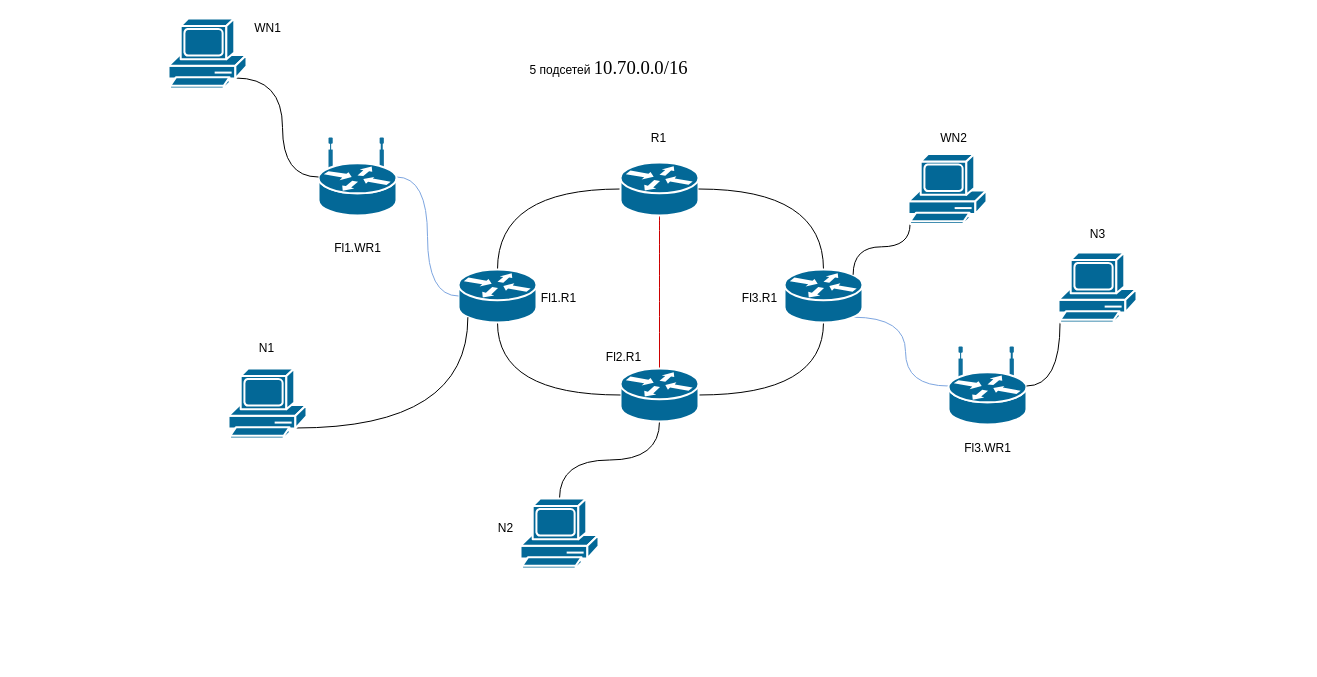
This is Untitled Diagram.drawio from Begmurod/Sxema_set, a draw.io file, before an edit. Source tidied: cells renumbered, new cells numbered last; positions are measured from the earlier drawing's top-left corner, leaving out a move shared by most shapes. Both pictures are drawn from the tidied source at 100%, with x=0, y=0 at pixel (168, 18).
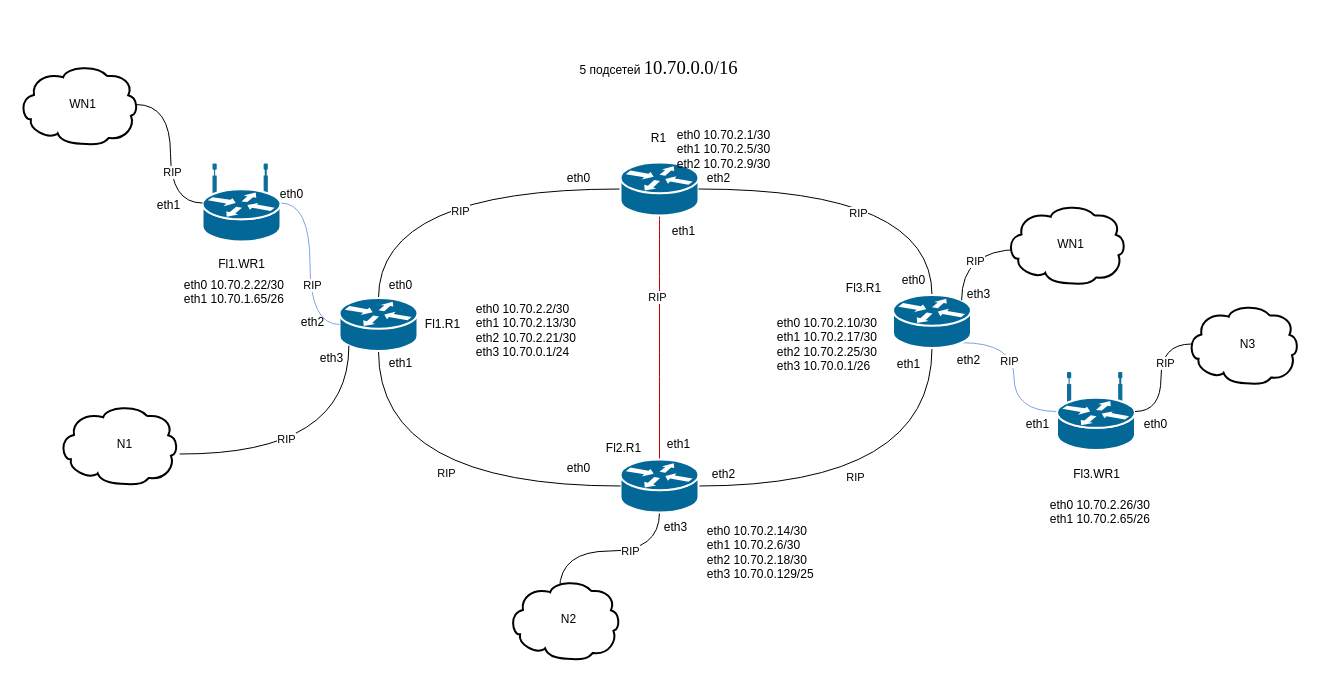
Above is the later version.

Unchanged cells that the change refers to:
```xml
<mxCell id="2" style="edgeStyle=orthogonalEdgeStyle;curved=1;rounded=0;jettySize=auto;html=1;exitX=0;exitY=0.5;exitDx=0;exitDy=0;exitPerimeter=0;endArrow=none;endFill=0;" parent="1" edge="1" source="4" target="13">
  <mxGeometry relative="1" as="geometry" />
</mxCell>
<mxCell id="3" style="edgeStyle=orthogonalEdgeStyle;curved=1;rounded=0;jettySize=auto;html=1;exitX=0.5;exitY=1;exitDx=0;exitDy=0;exitPerimeter=0;entryX=0.5;entryY=0;entryDx=0;entryDy=0;entryPerimeter=0;endArrow=none;endFill=0;strokeColor=#CC0000;" parent="1" edge="1" source="4" target="8">
  <mxGeometry relative="1" as="geometry" />
</mxCell>
<mxCell id="6" style="edgeStyle=orthogonalEdgeStyle;curved=1;rounded=0;jettySize=auto;html=1;exitX=1;exitY=0.5;exitDx=0;exitDy=0;exitPerimeter=0;entryX=0.5;entryY=1;entryDx=0;entryDy=0;entryPerimeter=0;endArrow=none;endFill=0;" parent="1" edge="1" source="8" target="11">
  <mxGeometry relative="1" as="geometry" />
</mxCell>
<mxCell id="9" style="edgeStyle=orthogonalEdgeStyle;curved=1;rounded=0;jettySize=auto;html=1;exitX=0.5;exitY=0;exitDx=0;exitDy=0;exitPerimeter=0;entryX=1;entryY=0.5;entryDx=0;entryDy=0;entryPerimeter=0;endArrow=none;endFill=0;" parent="1" edge="1" source="11" target="4">
  <mxGeometry relative="1" as="geometry" />
</mxCell>
<mxCell id="10" style="edgeStyle=orthogonalEdgeStyle;curved=1;rounded=0;jettySize=auto;html=1;exitX=0.88;exitY=0.9;exitDx=0;exitDy=0;exitPerimeter=0;entryX=0;entryY=0.5;entryDx=0;entryDy=0;entryPerimeter=0;endArrow=none;endFill=0;strokeColor=#7EA6E0;" parent="1" edge="1" source="11" target="16">
  <mxGeometry relative="1" as="geometry" />
</mxCell>
<mxCell id="12" style="edgeStyle=orthogonalEdgeStyle;curved=1;rounded=0;jettySize=auto;html=1;exitX=0.5;exitY=1;exitDx=0;exitDy=0;exitPerimeter=0;entryX=0;entryY=0.5;entryDx=0;entryDy=0;entryPerimeter=0;endArrow=none;endFill=0;" parent="1" edge="1" source="13" target="8">
  <mxGeometry relative="1" as="geometry" />
</mxCell>
<mxCell id="14" style="edgeStyle=orthogonalEdgeStyle;curved=1;rounded=0;jettySize=auto;html=1;exitX=1;exitY=0.5;exitDx=0;exitDy=0;exitPerimeter=0;entryX=0;entryY=0.5;entryDx=0;entryDy=0;entryPerimeter=0;endArrow=none;endFill=0;strokeColor=#7EA6E0;" parent="1" edge="1" source="15" target="13">
  <mxGeometry relative="1" as="geometry" />
</mxCell>
```

Change to the diagram source:
```diff
@@
+    <mxCell id="38" value="RIP" style="edgeLabel;html=1;align=center;verticalAlign=middle;" parent="2" vertex="1">
+      <mxGeometry x="-0.08" y="22" relative="1" as="geometry" />
+    </mxCell>
@@
+    <mxCell id="39" value="RIP" style="edgeLabel;html=1;align=center;verticalAlign=middle;" parent="3" vertex="1">
+      <mxGeometry x="-0.33" y="-3" relative="1" as="geometry">
+        <mxPoint y="-1" as="offset" />
+      </mxGeometry>
+    </mxCell>
@@
     <mxCell id="5" style="edgeStyle=orthogonalEdgeStyle;rounded=0;jettySize=auto;html=1;exitX=0.5;exitY=0;exitDx=0;exitDy=0;exitPerimeter=0;" parent="1" edge="1" source="8">
       <mxGeometry relative="1" as="geometry">
-        <mxPoint x="489.4" y="371" as="targetPoint" />
+        <mxPoint x="489.4" y="462" as="targetPoint" />
       </mxGeometry>
     </mxCell>
@@
+    <mxCell id="40" value="RIP" style="edgeLabel;html=1;align=center;verticalAlign=middle;" parent="6" vertex="1">
+      <mxGeometry x="-0.16" y="9" relative="1" as="geometry" />
+    </mxCell>
-    <mxCell id="7" style="edgeStyle=orthogonalEdgeStyle;curved=1;rounded=0;jettySize=auto;html=1;exitX=0.5;exitY=1;exitDx=0;exitDy=0;exitPerimeter=0;entryX=0.5;entryY=0;entryDx=0;entryDy=0;entryPerimeter=0;endArrow=none;endFill=0;strokeColor=#000000;" parent="1" edge="1" source="8" target="25">
-      <mxGeometry relative="1" as="geometry" />
+    <mxCell id="7" style="edgeStyle=orthogonalEdgeStyle;curved=1;rounded=0;jettySize=auto;html=1;exitX=0.5;exitY=1;exitDx=0;exitDy=0;exitPerimeter=0;entryX=0.5;entryY=0;entryDx=0;entryDy=0;entryPerimeter=0;endArrow=none;endFill=0;strokeColor=#000000;" parent="1" edge="1" source="8">
+      <mxGeometry relative="1" as="geometry">
+        <mxPoint x="391" y="571" as="targetPoint" />
+      </mxGeometry>
     </mxCell>
+    <mxCell id="41" value="RIP" style="edgeLabel;html=1;align=center;verticalAlign=middle;" parent="7" vertex="1">
+      <mxGeometry x="-0.23" relative="1" as="geometry" />
+    </mxCell>
     <mxCell id="8" style="shape=mxgraph.cisco.routers.router;html=1;dashed=0;fillColor=#036897;strokeColor=#ffffff;strokeWidth=2;verticalLabelPosition=bottom;verticalAlign=top;align=center;outlineConnect=0;" parent="1" vertex="1">
-      <mxGeometry x="452" y="350" width="78" height="53" as="geometry" />
+      <mxGeometry x="452" y="441" width="78" height="53" as="geometry" />
     </mxCell>
@@
+    <mxCell id="42" value="RIP" style="edgeLabel;html=1;align=center;verticalAlign=middle;" parent="9" vertex="1">
+      <mxGeometry x="0.06" y="24" relative="1" as="geometry" />
+    </mxCell>
@@
+    <mxCell id="43" value="RIP" style="edgeLabel;html=1;align=center;verticalAlign=middle;" parent="10" vertex="1">
+      <mxGeometry x="-0.13" y="-5" relative="1" as="geometry" />
+    </mxCell>
     <mxCell id="11" style="shape=mxgraph.cisco.routers.router;html=1;dashed=0;fillColor=#036897;strokeColor=#ffffff;strokeWidth=2;verticalLabelPosition=bottom;verticalAlign=top;align=center;outlineConnect=0;" parent="1" vertex="1">
-      <mxGeometry x="616" y="251" width="78" height="53" as="geometry" />
+      <mxGeometry x="724.5" y="276.5" width="78" height="53" as="geometry" />
     </mxCell>
@@
+    <mxCell id="44" value="RIP" style="edgeLabel;html=1;align=center;verticalAlign=middle;" parent="12" vertex="1">
+      <mxGeometry x="0.07" y="13" relative="1" as="geometry" />
+    </mxCell>
     <mxCell id="13" style="shape=mxgraph.cisco.routers.router;html=1;dashed=0;fillColor=#036897;strokeColor=#ffffff;strokeWidth=2;verticalLabelPosition=bottom;verticalAlign=top;align=center;outlineConnect=0;" parent="1" vertex="1">
-      <mxGeometry x="290" y="251" width="78" height="53" as="geometry" />
+      <mxGeometry x="171" y="279.5" width="78" height="53" as="geometry" />
     </mxCell>
@@
+    <mxCell id="45" value="RIP" style="edgeLabel;html=1;align=center;verticalAlign=middle;" parent="14" vertex="1">
+      <mxGeometry x="0.23" y="2" relative="1" as="geometry" />
+    </mxCell>
     <mxCell id="15" style="shape=mxgraph.cisco.routers.wireless_router;html=1;dashed=0;fillColor=#036897;strokeColor=#ffffff;strokeWidth=2;verticalLabelPosition=bottom;verticalAlign=top;align=center;outlineConnect=0;" parent="1" vertex="1">
-      <mxGeometry x="150" y="120" width="78" height="77" as="geometry" />
+      <mxGeometry x="34" y="146" width="78" height="77" as="geometry" />
     </mxCell>
     <mxCell id="16" style="shape=mxgraph.cisco.routers.wireless_router;html=1;dashed=0;fillColor=#036897;strokeColor=#ffffff;strokeWidth=2;verticalLabelPosition=bottom;verticalAlign=top;align=center;outlineConnect=0;" parent="1" vertex="1">
-      <mxGeometry x="780" y="329" width="78" height="77" as="geometry" />
+      <mxGeometry x="888.5" y="354.5" width="78" height="77" as="geometry" />
     </mxCell>
@@
     <mxCell id="18" value="Fl1.R1" style="text;html=1;align=center;verticalAlign=middle;" parent="1" vertex="1">
-      <mxGeometry x="365" y="270" width="50" height="20" as="geometry" />
+      <mxGeometry x="249" y="296" width="50" height="20" as="geometry" />
     </mxCell>
     <mxCell id="19" value="Fl2.R1" style="text;html=1;align=center;verticalAlign=middle;fillColor=none;strokeColor=none;rounded=0;" parent="1" vertex="1">
-      <mxGeometry x="430" y="329" width="50" height="20" as="geometry" />
+      <mxGeometry x="430" y="420" width="50" height="20" as="geometry" />
     </mxCell>
     <mxCell id="20" value="Fl3.R1" style="text;html=1;align=center;verticalAlign=middle;fillColor=none;strokeColor=none;rounded=0;" parent="1" vertex="1">
-      <mxGeometry x="566" y="270" width="50" height="20" as="geometry" />
+      <mxGeometry x="670" y="260" width="50" height="20" as="geometry" />
     </mxCell>
     <mxCell id="21" value="Fl1.WR1" style="text;html=1;align=center;verticalAlign=middle;fillColor=none;strokeColor=none;rounded=0;" parent="1" vertex="1">
-      <mxGeometry x="159" y="220" width="60" height="20" as="geometry" />
+      <mxGeometry x="43" y="235.5" width="60" height="20" as="geometry" />
     </mxCell>
     <mxCell id="22" value="Fl3.WR1" style="text;html=1;align=center;verticalAlign=middle;fillColor=none;strokeColor=none;rounded=0;" parent="1" vertex="1">
-      <mxGeometry x="789" y="420" width="60" height="20" as="geometry" />
+      <mxGeometry x="897.5" y="445.5" width="60" height="20" as="geometry" />
     </mxCell>
-    <mxCell id="23" style="edgeStyle=orthogonalEdgeStyle;curved=1;rounded=0;jettySize=auto;html=1;exitX=0.86;exitY=0.85;exitDx=0;exitDy=0;exitPerimeter=0;entryX=0.12;entryY=0.9;entryDx=0;entryDy=0;entryPerimeter=0;endArrow=none;endFill=0;strokeColor=#000000;" parent="1" edge="1" source="24" target="13">
-      <mxGeometry relative="1" as="geometry" />
+    <mxCell id="23" style="edgeStyle=orthogonalEdgeStyle;curved=1;rounded=0;jettySize=auto;html=1;exitX=0.86;exitY=0.85;exitDx=0;exitDy=0;exitPerimeter=0;entryX=0.12;entryY=0.9;entryDx=0;entryDy=0;entryPerimeter=0;endArrow=none;endFill=0;strokeColor=#000000;" parent="1" edge="1" target="13">
+      <mxGeometry relative="1" as="geometry">
+        <mxPoint x="11.1" y="435.5" as="sourcePoint" />
+      </mxGeometry>
     </mxCell>
-    <mxCell id="24" style="shape=mxgraph.cisco.computers_and_peripherals.pc;html=1;dashed=0;fillColor=#036897;strokeColor=#ffffff;strokeWidth=2;verticalLabelPosition=bottom;verticalAlign=top;align=center;outlineConnect=0;" parent="1" vertex="1">
-      <mxGeometry x="60" y="350" width="78" height="70" as="geometry" />
-    </mxCell>
-    <mxCell id="25" style="shape=mxgraph.cisco.computers_and_peripherals.pc;html=1;dashed=0;fillColor=#036897;strokeColor=#ffffff;strokeWidth=2;verticalLabelPosition=bottom;verticalAlign=top;align=center;outlineConnect=0;" parent="1" vertex="1">
-      <mxGeometry x="352" y="480" width="78" height="70" as="geometry" />
-    </mxCell>
+    <mxCell id="46" value="RIP" style="edgeLabel;html=1;align=center;verticalAlign=middle;" parent="23" vertex="1">
+      <mxGeometry x="-0.24" y="15" relative="1" as="geometry" />
+    </mxCell>
-    <mxCell id="26" style="edgeStyle=orthogonalEdgeStyle;curved=1;rounded=0;jettySize=auto;html=1;exitX=0.86;exitY=0.85;exitDx=0;exitDy=0;exitPerimeter=0;entryX=0;entryY=0.5;entryDx=0;entryDy=0;entryPerimeter=0;endArrow=none;endFill=0;strokeColor=#000000;" parent="1" edge="1" source="27" target="15">
+    <mxCell id="26" style="edgeStyle=orthogonalEdgeStyle;curved=1;rounded=0;jettySize=auto;html=1;exitX=0.98;exitY=0.5;exitDx=0;exitDy=0;exitPerimeter=0;entryX=0;entryY=0.5;entryDx=0;entryDy=0;entryPerimeter=0;endArrow=none;endFill=0;strokeColor=#000000;" parent="1" edge="1" source="50" target="15">
       <mxGeometry relative="1" as="geometry" />
     </mxCell>
-    <mxCell id="27" style="shape=mxgraph.cisco.computers_and_peripherals.pc;html=1;dashed=0;fillColor=#036897;strokeColor=#ffffff;strokeWidth=2;verticalLabelPosition=bottom;verticalAlign=top;align=center;outlineConnect=0;" parent="1" vertex="1">
-      <mxGeometry width="78" height="70" as="geometry" />
-    </mxCell>
+    <mxCell id="47" value="RIP" style="edgeLabel;html=1;align=center;verticalAlign=middle;" parent="26" vertex="1">
+      <mxGeometry x="0.24" y="1" relative="1" as="geometry" />
+    </mxCell>
-    <mxCell id="28" style="edgeStyle=orthogonalEdgeStyle;curved=1;rounded=0;jettySize=auto;html=1;exitX=0.02;exitY=1;exitDx=0;exitDy=0;exitPerimeter=0;entryX=0.88;entryY=0.1;entryDx=0;entryDy=0;entryPerimeter=0;endArrow=none;endFill=0;" parent="1" edge="1" source="29" target="11">
-      <mxGeometry relative="1" as="geometry" />
+    <mxCell id="28" style="edgeStyle=orthogonalEdgeStyle;curved=1;rounded=0;jettySize=auto;html=1;exitX=0.02;exitY=1;exitDx=0;exitDy=0;exitPerimeter=0;entryX=0.88;entryY=0.1;entryDx=0;entryDy=0;entryPerimeter=0;endArrow=none;endFill=0;" parent="1" edge="1" target="11">
+      <mxGeometry relative="1" as="geometry">
+        <mxPoint x="850.1" y="231" as="sourcePoint" />
+      </mxGeometry>
     </mxCell>
-    <mxCell id="29" style="shape=mxgraph.cisco.computers_and_peripherals.pc;html=1;dashed=0;fillColor=#036897;strokeColor=#ffffff;strokeWidth=2;verticalLabelPosition=bottom;verticalAlign=top;align=center;outlineConnect=0;" parent="1" vertex="1">
-      <mxGeometry x="740" y="135.5" width="78" height="70" as="geometry" />
-    </mxCell>
+    <mxCell id="48" value="RIP" style="edgeLabel;html=1;align=center;verticalAlign=middle;" parent="28" vertex="1">
+      <mxGeometry x="-0.19" y="11" relative="1" as="geometry">
+        <mxPoint x="-1" as="offset" />
+      </mxGeometry>
+    </mxCell>
+    <mxCell id="37" value="5 подсетей&amp;nbsp;&lt;span style=&quot;font-size: 14.0pt ; font-family: &amp;#34;times new roman&amp;#34; , serif&quot;&gt;10.70.0.0/16&lt;/span&gt;" style="text;html=1;align=center;verticalAlign=middle;fillColor=none;strokeColor=none;rounded=0;" parent="1" vertex="1">
+      <mxGeometry x="405" y="40" width="170" height="20" as="geometry" />
+    </mxCell>
+    <mxCell id="49" style="shape=mxgraph.cisco.storage.cloud;html=1;dashed=0;strokeWidth=2;verticalLabelPosition=bottom;verticalAlign=top;align=center;" parent="1" vertex="1">
+      <mxGeometry x="-110" y="386" width="120" height="80" as="geometry" />
+    </mxCell>
+    <mxCell id="50" style="shape=mxgraph.cisco.storage.cloud;html=1;dashed=0;strokeWidth=2;verticalLabelPosition=bottom;verticalAlign=top;align=center;outlineConnect=0;" parent="1" vertex="1">
+      <mxGeometry x="-150" y="46" width="120" height="80" as="geometry" />
+    </mxCell>
+    <mxCell id="51" style="shape=mxgraph.cisco.storage.cloud;html=1;dashed=0;strokeWidth=2;verticalLabelPosition=bottom;verticalAlign=top;align=center;" parent="1" vertex="1">
+      <mxGeometry x="340" y="561" width="112" height="80" as="geometry" />
+    </mxCell>
+    <mxCell id="34" value="N2" style="text;html=1;align=center;verticalAlign=middle;fillColor=none;strokeColor=none;rounded=0;" parent="1" vertex="1">
+      <mxGeometry x="385" y="591" width="30" height="20" as="geometry" />
+    </mxCell>
+    <mxCell id="33" value="N1" style="text;html=1;align=center;verticalAlign=middle;fillColor=none;strokeColor=none;rounded=0;" parent="1" vertex="1">
+      <mxGeometry x="-59" y="416" width="30" height="20" as="geometry" />
+    </mxCell>
+    <mxCell id="52" value="WN1" style="text;html=1;align=center;verticalAlign=middle;fillColor=none;strokeColor=none;rounded=0;" parent="1" vertex="1">
+      <mxGeometry x="-106" y="76" width="40" height="20" as="geometry" />
+    </mxCell>
+    <mxCell id="53" style="shape=mxgraph.cisco.storage.cloud;html=1;dashed=0;strokeWidth=2;verticalLabelPosition=bottom;verticalAlign=top;align=center;" parent="1" vertex="1">
+      <mxGeometry x="837.5" y="185.5" width="120" height="80" as="geometry" />
+    </mxCell>
+    <mxCell id="54" value="WN1" style="text;html=1;align=center;verticalAlign=middle;fillColor=none;strokeColor=none;rounded=0;" parent="1" vertex="1">
+      <mxGeometry x="881.5" y="215.5" width="40" height="20" as="geometry" />
+    </mxCell>
+    <mxCell id="55" style="shape=mxgraph.cisco.storage.cloud;html=1;dashed=0;strokeWidth=2;verticalLabelPosition=bottom;verticalAlign=top;align=center;outlineConnect=0;" parent="1" vertex="1">
+      <mxGeometry x="1018.5" y="285.5" width="112" height="80" as="geometry" />
+    </mxCell>
+    <mxCell id="36" value="N3" style="text;html=1;align=center;verticalAlign=middle;fillColor=none;strokeColor=none;rounded=0;" parent="1" vertex="1">
+      <mxGeometry x="1063.5" y="315.5" width="30" height="20" as="geometry" />
+    </mxCell>
+    <mxCell id="56" value="eth0" style="text;html=1;align=center;verticalAlign=middle;" parent="1" vertex="1">
+      <mxGeometry x="390" y="150" width="40" height="20" as="geometry" />
+    </mxCell>
+    <mxCell id="57" value="eth0" style="text;html=1;align=center;verticalAlign=middle;" parent="1" vertex="1">
+      <mxGeometry x="212" y="257" width="40" height="20" as="geometry" />
+    </mxCell>
+    <mxCell id="58" value="eth2" style="text;html=1;align=center;verticalAlign=middle;" parent="1" vertex="1">
+      <mxGeometry x="530" y="150" width="40" height="20" as="geometry" />
+    </mxCell>
+    <mxCell id="59" value="eth0 10.70.2.1/30&lt;br&gt;eth1 10.70.2.5/30&lt;br&gt;eth2 10.70.2.9/30&lt;br&gt;" style="text;html=1;align=center;verticalAlign=middle;" parent="1" vertex="1">
+      <mxGeometry x="500" y="96" width="110" height="70" as="geometry" />
+    </mxCell>
-    <mxCell id="30" style="edgeStyle=orthogonalEdgeStyle;curved=1;rounded=0;jettySize=auto;html=1;exitX=0.02;exitY=1;exitDx=0;exitDy=0;exitPerimeter=0;entryX=1;entryY=0.5;entryDx=0;entryDy=0;entryPerimeter=0;endArrow=none;endFill=0;strokeColor=#000000;" parent="1" edge="1" source="31" target="16">
+    <mxCell id="30" style="edgeStyle=orthogonalEdgeStyle;curved=1;rounded=0;jettySize=auto;html=1;exitX=0.04;exitY=0.5;exitDx=0;exitDy=0;exitPerimeter=0;entryX=1;entryY=0.5;entryDx=0;entryDy=0;entryPerimeter=0;endArrow=none;endFill=0;strokeColor=#000000;" parent="1" edge="1" source="55" target="16">
       <mxGeometry relative="1" as="geometry" />
     </mxCell>
-    <mxCell id="31" style="shape=mxgraph.cisco.computers_and_peripherals.pc;html=1;dashed=0;fillColor=#036897;strokeColor=#ffffff;strokeWidth=2;verticalLabelPosition=bottom;verticalAlign=top;align=center;outlineConnect=0;" parent="1" vertex="1">
-      <mxGeometry x="890" y="234" width="78" height="70" as="geometry" />
-    </mxCell>
-    <mxCell id="32" value="WN1" style="text;html=1;align=center;verticalAlign=middle;fillColor=none;strokeColor=none;rounded=0;" parent="1" vertex="1">
-      <mxGeometry x="79" width="40" height="20" as="geometry" />
-    </mxCell>
-    <mxCell id="33" value="N1" style="text;html=1;align=center;verticalAlign=middle;fillColor=none;strokeColor=none;rounded=0;" parent="1" vertex="1">
-      <mxGeometry x="83" y="320" width="30" height="20" as="geometry" />
-    </mxCell>
-    <mxCell id="34" value="N2" style="text;html=1;align=center;verticalAlign=middle;fillColor=none;strokeColor=none;rounded=0;" parent="1" vertex="1">
-      <mxGeometry x="322" y="500" width="30" height="20" as="geometry" />
-    </mxCell>
-    <mxCell id="35" value="WN2" style="text;html=1;align=center;verticalAlign=middle;fillColor=none;strokeColor=none;rounded=0;" parent="1" vertex="1">
-      <mxGeometry x="765" y="110" width="40" height="20" as="geometry" />
-    </mxCell>
-    <mxCell id="36" value="N3" style="text;html=1;align=center;verticalAlign=middle;fillColor=none;strokeColor=none;rounded=0;" parent="1" vertex="1">
-      <mxGeometry x="914" y="205.5" width="30" height="20" as="geometry" />
-    </mxCell>
-    <mxCell id="37" value="5 подсетей&amp;nbsp;&lt;span style=&quot;font-size: 14.0pt ; font-family: &amp;#34;times new roman&amp;#34; , serif&quot;&gt;10.70.0.0/16&lt;/span&gt;" style="text;html=1;align=center;verticalAlign=middle;fillColor=none;strokeColor=none;rounded=0;" parent="1" vertex="1">
-      <mxGeometry x="355" y="40" width="170" height="20" as="geometry" />
-    </mxCell>
+    <mxCell id="60" value="RIP" style="edgeLabel;html=1;align=center;verticalAlign=middle;" parent="30" vertex="1">
+      <mxGeometry x="-0.2" y="4" relative="1" as="geometry">
+        <mxPoint y="-1" as="offset" />
+      </mxGeometry>
+    </mxCell>
+    <mxCell id="61" value="eth1" style="text;html=1;align=center;verticalAlign=middle;" parent="1" vertex="1">
+      <mxGeometry x="212" y="335" width="40" height="20" as="geometry" />
+    </mxCell>
+    <mxCell id="62" value="eth2" style="text;html=1;align=center;verticalAlign=middle;" parent="1" vertex="1">
+      <mxGeometry x="124" y="293.5" width="40" height="20" as="geometry" />
+    </mxCell>
+    <mxCell id="63" value="eth0" style="text;html=1;align=center;verticalAlign=middle;" parent="1" vertex="1">
+      <mxGeometry x="103" y="166" width="40" height="20" as="geometry" />
+    </mxCell>
+    <mxCell id="64" value="eth3" style="text;html=1;align=center;verticalAlign=middle;" parent="1" vertex="1">
+      <mxGeometry x="143" y="330" width="40" height="20" as="geometry" />
+    </mxCell>
+    <mxCell id="65" value="eth0 10.70.2.2/30&lt;br&gt;&amp;nbsp; eth1 10.70.2.13/30&lt;br&gt;&amp;nbsp; eth2 10.70.2.21/30&lt;br&gt;eth3 10.70.0.1/24&lt;br&gt;" style="text;html=1;align=center;verticalAlign=middle;" parent="1" vertex="1">
+      <mxGeometry x="294" y="271.5" width="120" height="80" as="geometry" />
+    </mxCell>
+    <mxCell id="66" value="eth0" style="text;html=1;align=center;verticalAlign=middle;" parent="1" vertex="1">
+      <mxGeometry x="390" y="440" width="40" height="20" as="geometry" />
+    </mxCell>
+    <mxCell id="67" value="eth1" style="text;html=1;align=center;verticalAlign=middle;" parent="1" vertex="1">
+      <mxGeometry x="490" y="416" width="40" height="20" as="geometry" />
+    </mxCell>
+    <mxCell id="68" value="eth2" style="text;html=1;align=center;verticalAlign=middle;" parent="1" vertex="1">
+      <mxGeometry x="535" y="445.5" width="40" height="20" as="geometry" />
+    </mxCell>
+    <mxCell id="69" value="&amp;nbsp; eth0 10.70.2.14/30&lt;br&gt;eth1 10.70.2.6/30&lt;br&gt;&amp;nbsp; eth2 10.70.2.18/30&lt;br&gt;&amp;nbsp; &amp;nbsp; eth3 10.70.0.129/25&lt;br&gt;" style="text;html=1;align=center;verticalAlign=middle;" parent="1" vertex="1">
+      <mxGeometry x="515" y="494" width="140" height="80" as="geometry" />
+    </mxCell>
+    <mxCell id="70" value="eth3" style="text;html=1;align=center;verticalAlign=middle;" parent="1" vertex="1">
+      <mxGeometry x="487" y="499" width="40" height="20" as="geometry" />
+    </mxCell>
+    <mxCell id="71" value="eth1" style="text;html=1;align=center;verticalAlign=middle;" parent="1" vertex="1">
+      <mxGeometry x="720" y="335.5" width="40" height="20" as="geometry" />
+    </mxCell>
+    <mxCell id="72" value="eth1" style="text;html=1;align=center;verticalAlign=middle;" parent="1" vertex="1">
+      <mxGeometry x="495" y="203" width="40" height="20" as="geometry" />
+    </mxCell>
+    <mxCell id="73" value="eth0" style="text;html=1;align=center;verticalAlign=middle;" parent="1" vertex="1">
+      <mxGeometry x="724.5" y="251.5" width="40" height="20" as="geometry" />
+    </mxCell>
+    <mxCell id="74" value="eth2" style="text;html=1;align=center;verticalAlign=middle;" parent="1" vertex="1">
+      <mxGeometry x="780" y="331.5" width="40" height="20" as="geometry" />
+    </mxCell>
+    <mxCell id="75" value="eth3" style="text;html=1;align=center;verticalAlign=middle;" parent="1" vertex="1">
+      <mxGeometry x="790" y="265.5" width="40" height="20" as="geometry" />
+    </mxCell>
+    <mxCell id="76" value="&amp;nbsp; eth0 10.70.2.10/30&lt;br&gt;&amp;nbsp; eth1 10.70.2.17/30&lt;br&gt;&amp;nbsp; eth2 10.70.2.25/30&lt;br&gt;eth3 10.70.0.1/26&lt;br&gt;" style="text;html=1;align=center;verticalAlign=middle;" parent="1" vertex="1">
+      <mxGeometry x="594.5" y="285.5" width="120" height="80" as="geometry" />
+    </mxCell>
+    <mxCell id="77" value="eth1" style="text;html=1;align=center;verticalAlign=middle;" parent="1" vertex="1">
+      <mxGeometry x="-20" y="177" width="40" height="20" as="geometry" />
+    </mxCell>
+    <mxCell id="78" value="&amp;nbsp; eth0 10.70.2.22/30&lt;br&gt;&amp;nbsp; eth1 10.70.1.65/26&lt;br&gt;&amp;nbsp;&amp;nbsp;&lt;br&gt;" style="text;html=1;align=center;verticalAlign=middle;" parent="1" vertex="1">
+      <mxGeometry x="2" y="246" width="120" height="70" as="geometry" />
+    </mxCell>
+    <mxCell id="79" value="eth1" style="text;html=1;align=center;verticalAlign=middle;" parent="1" vertex="1">
+      <mxGeometry x="848.5" y="396" width="40" height="20" as="geometry" />
+    </mxCell>
+    <mxCell id="80" value="eth0" style="text;html=1;align=center;verticalAlign=middle;" parent="1" vertex="1">
+      <mxGeometry x="966.5" y="396" width="40" height="20" as="geometry" />
+    </mxCell>
+    <mxCell id="81" value="&amp;nbsp; eth0 10.70.2.26/30&lt;br&gt;&amp;nbsp; eth1 10.70.2.65/26&lt;br&gt;&amp;nbsp;&amp;nbsp;&lt;br&gt;" style="text;html=1;align=center;verticalAlign=middle;" parent="1" vertex="1">
+      <mxGeometry x="867.5" y="466" width="120" height="70" as="geometry" />
+    </mxCell>
```
